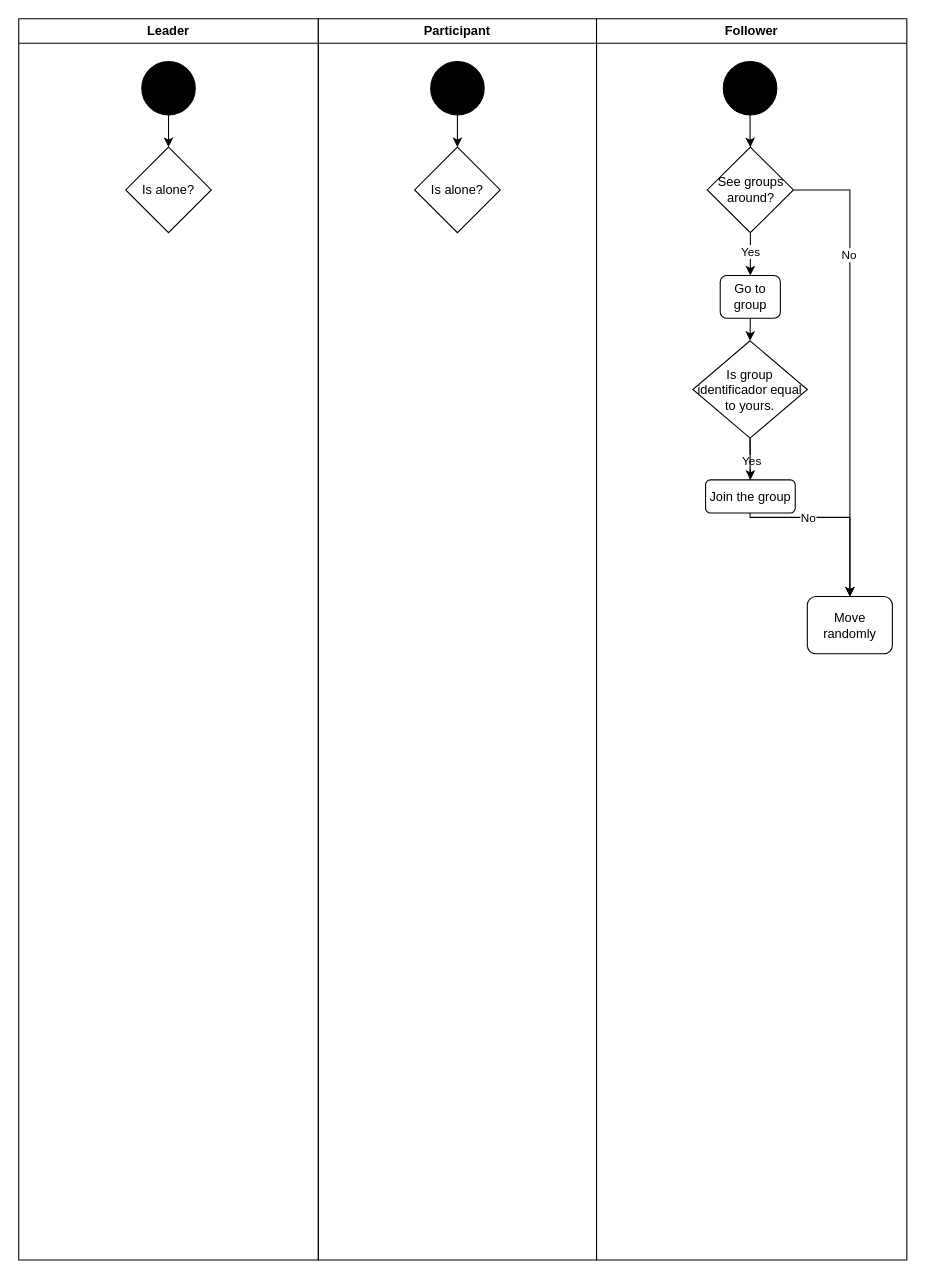
Above: Diagrama sin título.drawio in WonderfulAme/Agent_Based_Game_Modelling (draw.io), before the change. Source tidied: cells renumbered, new cells numbered last; positions are measured from the earlier drawing's top-left corner, leaving out a move shared by most shapes. Both pictures are drawn from the tidied source at 107%, with x=0, y=0 at pixel (18, 18).
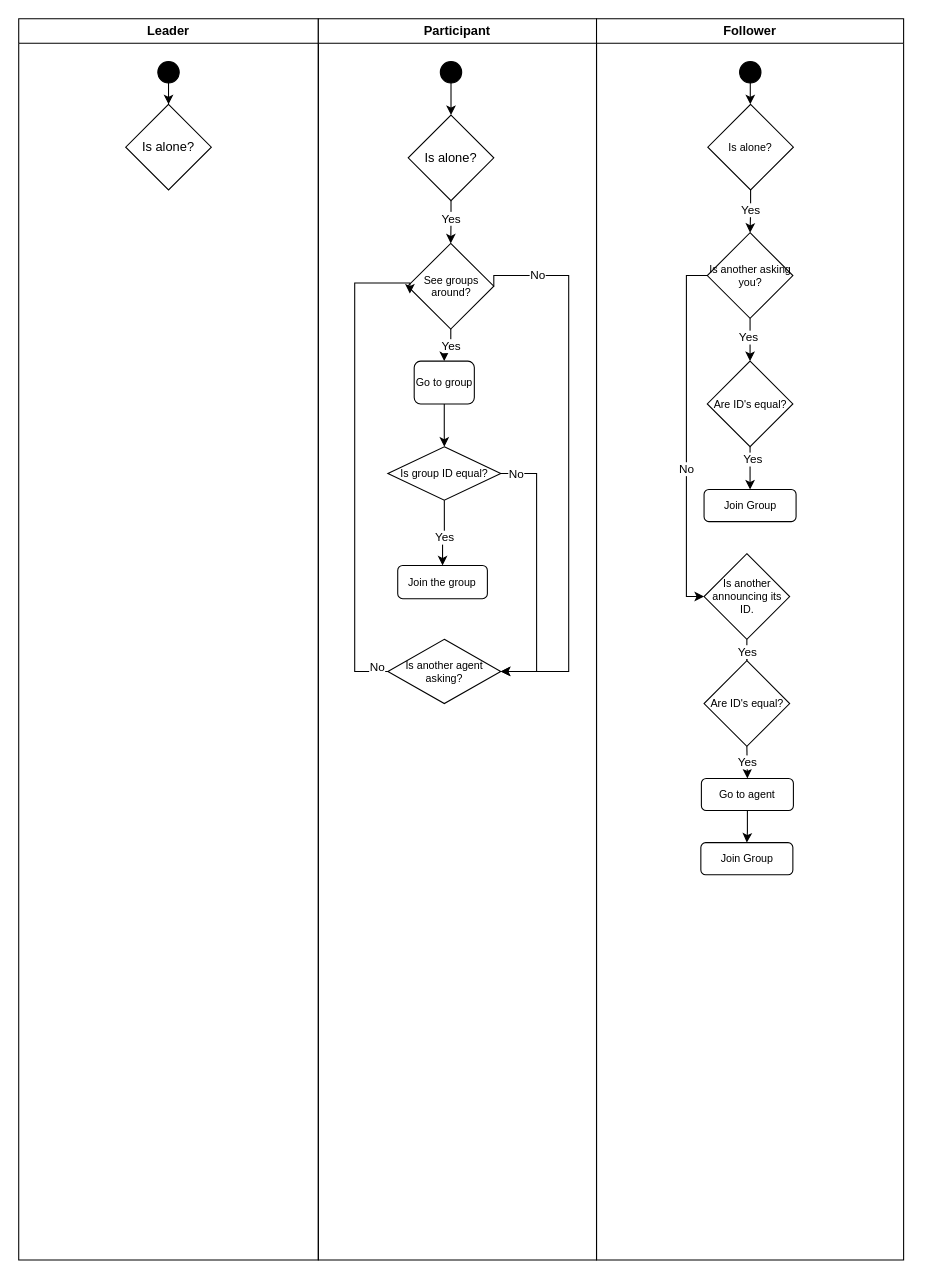
The same diagram, later.

The change refers to these unchanged cells:
```xml
<mxCell id="2" value="Leader" style="swimlane;whiteSpace=wrap;html=1;" parent="1" vertex="1">
  <mxGeometry width="280" height="1160" as="geometry" />
</mxCell>
<mxCell id="6" value="Participant" style="swimlane;whiteSpace=wrap;html=1;" parent="1" vertex="1">
  <mxGeometry x="280" width="260" height="1160" as="geometry" />
</mxCell>
```

Change to the diagram source:
```diff
@@
     <mxCell id="4" style="ellipse;whiteSpace=wrap;html=1;fillColor=#000000;" parent="2" vertex="1">
-      <mxGeometry x="115" y="40" width="50" height="50" as="geometry" />
+      <mxGeometry x="130" y="40" width="20" height="20" as="geometry" />
     </mxCell>
     <mxCell id="5" value="Is alone?" style="rhombus;whiteSpace=wrap;html=1;" parent="2" vertex="1">
-      <mxGeometry x="100" y="120" width="80" height="80" as="geometry" />
+      <mxGeometry x="100" y="80" width="80" height="80" as="geometry" />
     </mxCell>
@@
     <mxCell id="8" style="ellipse;whiteSpace=wrap;html=1;fillColor=#000000;" parent="6" vertex="1">
-      <mxGeometry x="105" y="40" width="50" height="50" as="geometry" />
+      <mxGeometry x="114" y="40" width="20" height="20" as="geometry" />
     </mxCell>
+    <mxCell id="27" style="edgeStyle=orthogonalEdgeStyle;rounded=0;jettySize=auto;html=1;exitX=0.5;exitY=1;exitDx=0;exitDy=0;entryX=0.5;entryY=0;entryDx=0;entryDy=0;" parent="6" edge="1" source="9" target="17">
+      <mxGeometry relative="1" as="geometry" />
+    </mxCell>
+    <mxCell id="28" value="Yes" style="edgeLabel;html=1;align=center;verticalAlign=middle;" parent="27" vertex="1">
+      <mxGeometry x="-0.19" y="-1" relative="1" as="geometry" />
+    </mxCell>
     <mxCell id="9" value="Is alone?" style="rhombus;whiteSpace=wrap;html=1;" parent="6" vertex="1">
-      <mxGeometry x="90" y="120" width="80" height="80" as="geometry" />
+      <mxGeometry x="84" y="90" width="80" height="80" as="geometry" />
     </mxCell>
+    <mxCell id="17" value="See groups around?" style="rhombus;whiteSpace=wrap;html=1;fontSize=10;" parent="6" vertex="1">
+      <mxGeometry x="83.5" y="210" width="80.5" height="80" as="geometry" />
+    </mxCell>
+    <mxCell id="19" value="Go to group" style="rounded=1;whiteSpace=wrap;html=1;fontSize=10;" parent="6" vertex="1">
+      <mxGeometry x="89.6" y="320" width="56.2" height="40" as="geometry" />
+    </mxCell>
+    <mxCell id="13" style="edgeStyle=orthogonalEdgeStyle;rounded=0;jettySize=auto;html=1;" parent="6" edge="1" source="17" target="19">
+      <mxGeometry relative="1" as="geometry" />
+    </mxCell>
+    <mxCell id="29" value="Yes" style="edgeLabel;html=1;align=center;verticalAlign=middle;" parent="13" vertex="1">
+      <mxGeometry x="-0.26" relative="1" as="geometry">
+        <mxPoint y="3" as="offset" />
+      </mxGeometry>
+    </mxCell>
+    <mxCell id="30" value="Is group ID&amp;nbsp;equal?" style="rhombus;whiteSpace=wrap;html=1;fontSize=10;" parent="6" vertex="1">
+      <mxGeometry x="65" y="400" width="105.5" height="50" as="geometry" />
+    </mxCell>
+    <mxCell id="31" style="edgeStyle=orthogonalEdgeStyle;rounded=0;jettySize=auto;html=1;exitX=0.5;exitY=1;exitDx=0;exitDy=0;entryX=0.5;entryY=0;entryDx=0;entryDy=0;" parent="6" edge="1" source="19" target="30">
+      <mxGeometry relative="1" as="geometry" />
+    </mxCell>
+    <mxCell id="25" value="Join the group" style="rounded=1;whiteSpace=wrap;html=1;fontSize=10;" parent="6" vertex="1">
+      <mxGeometry x="74.2" y="511" width="83.8" height="31" as="geometry" />
+    </mxCell>
+    <mxCell id="32" style="edgeStyle=orthogonalEdgeStyle;rounded=0;jettySize=auto;html=1;exitX=0.5;exitY=1;exitDx=0;exitDy=0;entryX=0.5;entryY=0;entryDx=0;entryDy=0;" parent="6" edge="1" source="30" target="25">
+      <mxGeometry relative="1" as="geometry" />
+    </mxCell>
+    <mxCell id="33" value="Yes" style="edgeLabel;html=1;align=center;verticalAlign=middle;" parent="32" vertex="1">
+      <mxGeometry x="0.14" y="1" relative="1" as="geometry" />
+    </mxCell>
+    <mxCell id="34" style="edgeStyle=orthogonalEdgeStyle;rounded=0;jettySize=auto;html=1;exitX=0;exitY=0.5;exitDx=0;exitDy=0;entryX=0.026;entryY=0.586;entryDx=0;entryDy=0;entryPerimeter=0;" parent="6" edge="1" source="36" target="17">
+      <mxGeometry relative="1" as="geometry">
+        <Array as="points">
+          <mxPoint x="34" y="610" />
+          <mxPoint x="34" y="247" />
+        </Array>
+      </mxGeometry>
+    </mxCell>
+    <mxCell id="35" value="No" style="edgeLabel;html=1;align=center;verticalAlign=middle;" parent="34" vertex="1">
+      <mxGeometry x="-0.31" relative="1" as="geometry">
+        <mxPoint x="20" y="121" as="offset" />
+      </mxGeometry>
+    </mxCell>
+    <mxCell id="36" value="Is another agent asking?" style="rhombus;whiteSpace=wrap;html=1;fontSize=10;" parent="6" vertex="1">
+      <mxGeometry x="65" y="580" width="105.5" height="60" as="geometry" />
+    </mxCell>
+    <mxCell id="37" style="edgeStyle=orthogonalEdgeStyle;rounded=0;jettySize=auto;html=1;exitX=1;exitY=0.5;exitDx=0;exitDy=0;entryX=1;entryY=0.5;entryDx=0;entryDy=0;" parent="6" edge="1" source="17" target="36">
+      <mxGeometry relative="1" as="geometry">
+        <Array as="points">
+          <mxPoint x="234" y="240" />
+          <mxPoint x="234" y="610" />
+        </Array>
+      </mxGeometry>
+    </mxCell>
+    <mxCell id="38" value="No" style="edgeLabel;html=1;align=center;verticalAlign=middle;" parent="37" vertex="1">
+      <mxGeometry x="0.28" y="1" relative="1" as="geometry">
+        <mxPoint x="-31" y="-250" as="offset" />
+      </mxGeometry>
+    </mxCell>
+    <mxCell id="39" style="edgeStyle=orthogonalEdgeStyle;rounded=0;jettySize=auto;html=1;exitX=1;exitY=0.5;exitDx=0;exitDy=0;entryX=1;entryY=0.5;entryDx=0;entryDy=0;" parent="6" edge="1" source="30" target="36">
+      <mxGeometry relative="1" as="geometry">
+        <Array as="points">
+          <mxPoint x="204" y="425" />
+          <mxPoint x="204" y="610" />
+        </Array>
+      </mxGeometry>
+    </mxCell>
+    <mxCell id="40" value="No" style="edgeLabel;html=1;align=center;verticalAlign=middle;" parent="39" vertex="1">
+      <mxGeometry x="0.02" y="-1" relative="1" as="geometry">
+        <mxPoint x="-19" y="-95" as="offset" />
+      </mxGeometry>
+    </mxCell>
     <mxCell id="10" value="Follower" style="swimlane;whiteSpace=wrap;html=1;" parent="1" vertex="1">
-      <mxGeometry x="540" width="290" height="1160" as="geometry" />
+      <mxGeometry x="540" width="287" height="1160" as="geometry" />
     </mxCell>
-    <mxCell id="11" style="edgeStyle=orthogonalEdgeStyle;rounded=0;jettySize=auto;html=1;exitX=0.5;exitY=1;exitDx=0;exitDy=0;" parent="10" edge="1" source="12" target="17">
-      <mxGeometry relative="1" as="geometry" />
-    </mxCell>
+    <mxCell id="41" style="edgeStyle=orthogonalEdgeStyle;rounded=0;jettySize=auto;html=1;" parent="10" edge="1" source="12" target="44">
+      <mxGeometry relative="1" as="geometry" />
+    </mxCell>
     <mxCell id="12" style="ellipse;whiteSpace=wrap;html=1;fillColor=#000000;" parent="10" vertex="1">
-      <mxGeometry x="118.5" y="40" width="50" height="50" as="geometry" />
+      <mxGeometry x="133.7" y="40" width="20" height="20" as="geometry" />
     </mxCell>
-    <mxCell id="13" style="edgeStyle=orthogonalEdgeStyle;rounded=0;jettySize=auto;html=1;" parent="10" edge="1" source="17" target="19">
-      <mxGeometry relative="1" as="geometry" />
-    </mxCell>
-    <mxCell id="14" value="Yes" style="edgeLabel;html=1;align=center;verticalAlign=middle;" parent="13" vertex="1">
-      <mxGeometry x="-0.26" relative="1" as="geometry">
-        <mxPoint y="3" as="offset" />
-      </mxGeometry>
-    </mxCell>
-    <mxCell id="15" style="edgeStyle=orthogonalEdgeStyle;rounded=0;jettySize=auto;html=1;exitX=1;exitY=0.5;exitDx=0;exitDy=0;" parent="10" edge="1" source="17" target="26">
-      <mxGeometry relative="1" as="geometry" />
-    </mxCell>
-    <mxCell id="16" value="No" style="edgeLabel;html=1;align=center;verticalAlign=middle;" parent="15" vertex="1">
-      <mxGeometry x="-0.48" relative="1" as="geometry">
-        <mxPoint x="-1" as="offset" />
-      </mxGeometry>
-    </mxCell>
-    <mxCell id="17" value="See groups around?" style="rhombus;whiteSpace=wrap;html=1;" parent="10" vertex="1">
-      <mxGeometry x="103.5" y="120" width="80.5" height="80" as="geometry" />
-    </mxCell>
-    <mxCell id="18" style="edgeStyle=orthogonalEdgeStyle;rounded=0;jettySize=auto;html=1;exitX=0.5;exitY=1;exitDx=0;exitDy=0;entryX=0.5;entryY=0;entryDx=0;entryDy=0;" parent="10" edge="1" source="19" target="24">
-      <mxGeometry relative="1" as="geometry" />
-    </mxCell>
-    <mxCell id="19" value="Go to group" style="rounded=1;whiteSpace=wrap;html=1;" parent="10" vertex="1">
-      <mxGeometry x="115.6" y="240" width="56.2" height="40" as="geometry" />
-    </mxCell>
-    <mxCell id="20" style="edgeStyle=orthogonalEdgeStyle;rounded=0;jettySize=auto;html=1;exitX=0.5;exitY=1;exitDx=0;exitDy=0;entryX=0.5;entryY=0;entryDx=0;entryDy=0;" parent="10" edge="1" source="24" target="25">
-      <mxGeometry relative="1" as="geometry" />
-    </mxCell>
-    <mxCell id="21" value="Yes" style="edgeLabel;html=1;align=center;verticalAlign=middle;" parent="20" vertex="1">
-      <mxGeometry x="0.14" y="1" relative="1" as="geometry" />
-    </mxCell>
-    <mxCell id="22" style="edgeStyle=orthogonalEdgeStyle;rounded=0;jettySize=auto;html=1;" parent="10" edge="1" source="24" target="26">
-      <mxGeometry relative="1" as="geometry" />
-    </mxCell>
-    <mxCell id="23" value="No" style="edgeLabel;html=1;align=center;verticalAlign=middle;" parent="22" vertex="1">
-      <mxGeometry x="0.06" relative="1" as="geometry" />
-    </mxCell>
-    <mxCell id="24" value="Is group identificador equal to yours." style="rhombus;whiteSpace=wrap;html=1;" parent="10" vertex="1">
-      <mxGeometry x="90" y="301" width="107" height="91" as="geometry" />
-    </mxCell>
-    <mxCell id="25" value="Join the group" style="rounded=1;whiteSpace=wrap;html=1;" parent="10" vertex="1">
-      <mxGeometry x="101.9" y="431" width="83.8" height="31" as="geometry" />
-    </mxCell>
-    <mxCell id="26" value="Move randomly" style="rounded=1;whiteSpace=wrap;html=1;" parent="10" vertex="1">
-      <mxGeometry x="197" y="540" width="79.5" height="53.5" as="geometry" />
-    </mxCell>
+    <mxCell id="42" style="edgeStyle=orthogonalEdgeStyle;rounded=0;jettySize=auto;html=1;" parent="10" edge="1" source="44" target="49">
+      <mxGeometry relative="1" as="geometry" />
+    </mxCell>
+    <mxCell id="43" value="Yes" style="edgeLabel;html=1;align=center;verticalAlign=middle;" parent="42" vertex="1">
+      <mxGeometry x="-0.11" y="-1" relative="1" as="geometry" />
+    </mxCell>
+    <mxCell id="44" value="Is alone?" style="rhombus;whiteSpace=wrap;html=1;fontSize=10;" parent="10" vertex="1">
+      <mxGeometry x="104" y="80" width="80" height="80" as="geometry" />
+    </mxCell>
+    <mxCell id="45" style="edgeStyle=orthogonalEdgeStyle;rounded=0;jettySize=auto;html=1;" parent="10" edge="1" source="49" target="52">
+      <mxGeometry relative="1" as="geometry" />
+    </mxCell>
+    <mxCell id="46" value="Yes" style="edgeLabel;html=1;align=center;verticalAlign=middle;" parent="45" vertex="1">
+      <mxGeometry x="-0.14" y="-2" relative="1" as="geometry" />
+    </mxCell>
+    <mxCell id="47" style="edgeStyle=orthogonalEdgeStyle;rounded=0;jettySize=auto;html=1;entryX=0;entryY=0.5;entryDx=0;entryDy=0;" parent="10" edge="1" source="49" target="56">
+      <mxGeometry relative="1" as="geometry">
+        <Array as="points">
+          <mxPoint x="84" y="240" />
+          <mxPoint x="84" y="540" />
+        </Array>
+      </mxGeometry>
+    </mxCell>
+    <mxCell id="48" value="No" style="edgeLabel;html=1;align=center;verticalAlign=middle;" parent="47" vertex="1">
+      <mxGeometry x="0.19" y="-1" relative="1" as="geometry" />
+    </mxCell>
+    <mxCell id="49" value="Is another asking you?" style="rhombus;whiteSpace=wrap;html=1;fontSize=10;" parent="10" vertex="1">
+      <mxGeometry x="103.5" y="200" width="80" height="80" as="geometry" />
+    </mxCell>
+    <mxCell id="50" style="edgeStyle=orthogonalEdgeStyle;rounded=0;jettySize=auto;html=1;" parent="10" edge="1" source="52" target="53">
+      <mxGeometry relative="1" as="geometry" />
+    </mxCell>
+    <mxCell id="51" value="Yes" style="edgeLabel;html=1;align=center;verticalAlign=middle;" parent="50" vertex="1">
+      <mxGeometry x="-0.43" y="2" relative="1" as="geometry" />
+    </mxCell>
+    <mxCell id="52" value="Are ID's equal?" style="rhombus;whiteSpace=wrap;html=1;fontSize=10;" parent="10" vertex="1">
+      <mxGeometry x="103.5" y="320" width="80" height="80" as="geometry" />
+    </mxCell>
+    <mxCell id="53" value="Join Group" style="rounded=1;whiteSpace=wrap;html=1;fontSize=10;" parent="10" vertex="1">
+      <mxGeometry x="100.5" y="440" width="86" height="30" as="geometry" />
+    </mxCell>
+    <mxCell id="54" style="edgeStyle=orthogonalEdgeStyle;rounded=0;jettySize=auto;html=1;exitX=0.5;exitY=1;exitDx=0;exitDy=0;exitPerimeter=0;" parent="10" edge="1" source="56" target="59">
+      <mxGeometry relative="1" as="geometry" />
+    </mxCell>
+    <mxCell id="55" value="Yes" style="edgeLabel;html=1;align=center;verticalAlign=middle;" parent="54" vertex="1">
+      <mxGeometry x="-0.05" relative="1" as="geometry" />
+    </mxCell>
+    <mxCell id="56" value="Is another announcing its ID." style="rhombus;whiteSpace=wrap;html=1;fontSize=10;" parent="10" vertex="1">
+      <mxGeometry x="100.5" y="500" width="80" height="80" as="geometry" />
+    </mxCell>
+    <mxCell id="57" style="edgeStyle=orthogonalEdgeStyle;rounded=0;jettySize=auto;html=1;exitX=0.5;exitY=1;exitDx=0;exitDy=0;entryX=0.5;entryY=0;entryDx=0;entryDy=0;" parent="10" edge="1" source="59" target="61">
+      <mxGeometry relative="1" as="geometry" />
+    </mxCell>
+    <mxCell id="58" value="Yes" style="edgeLabel;html=1;align=center;verticalAlign=middle;" parent="57" vertex="1">
+      <mxGeometry x="-0.03" relative="1" as="geometry" />
+    </mxCell>
+    <mxCell id="59" value="Are ID's equal?" style="rhombus;whiteSpace=wrap;html=1;fontSize=10;" parent="10" vertex="1">
+      <mxGeometry x="100.5" y="600" width="80" height="80" as="geometry" />
+    </mxCell>
+    <mxCell id="60" style="edgeStyle=orthogonalEdgeStyle;rounded=0;jettySize=auto;html=1;exitX=0.5;exitY=1;exitDx=0;exitDy=0;" parent="10" edge="1" source="61" target="62">
+      <mxGeometry relative="1" as="geometry" />
+    </mxCell>
+    <mxCell id="61" value="Go to agent" style="rounded=1;whiteSpace=wrap;html=1;fontSize=10;" parent="10" vertex="1">
+      <mxGeometry x="98" y="710" width="86" height="30" as="geometry" />
+    </mxCell>
+    <mxCell id="62" value="Join Group" style="rounded=1;whiteSpace=wrap;html=1;fontSize=10;" parent="10" vertex="1">
+      <mxGeometry x="97.5" y="770" width="86" height="30" as="geometry" />
+    </mxCell>
```
